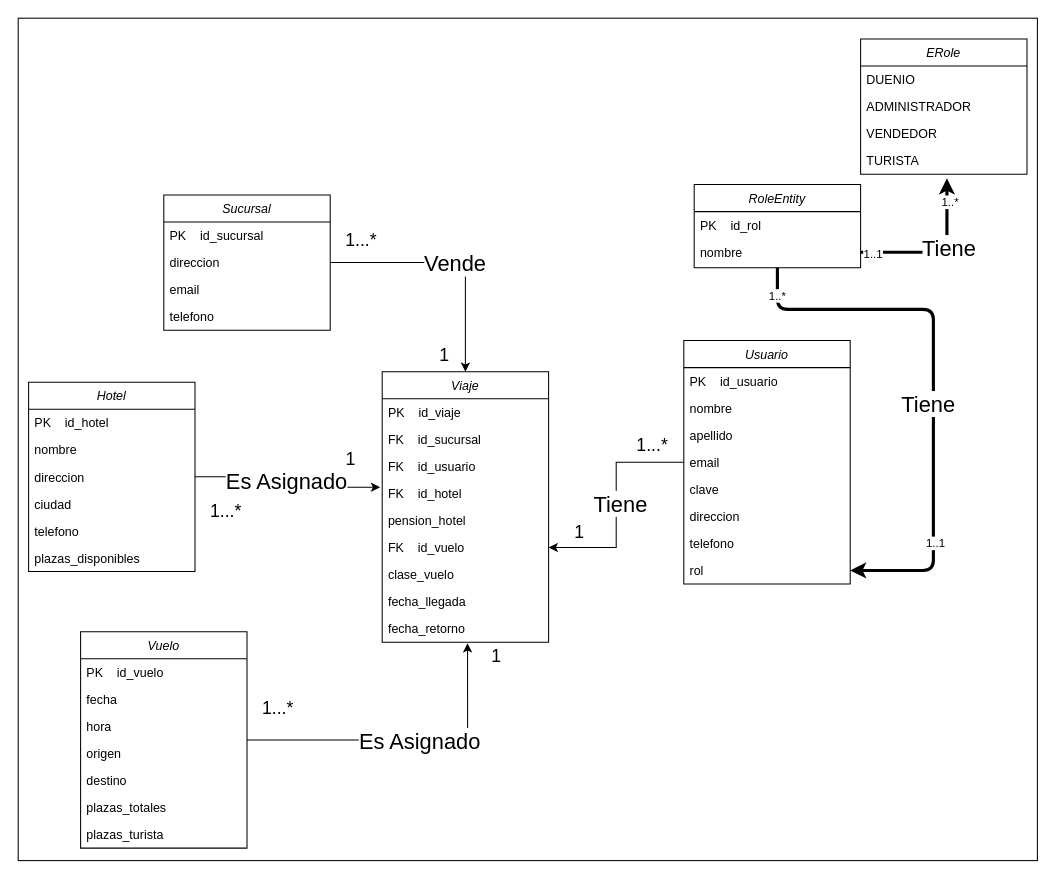
Above: Diagramas/ER.drawio in D-Malex/P2-Java (draw.io), before the change. Source tidied: cells renumbered, new cells numbered last; positions are measured from the earlier drawing's top-left corner, leaving out a move shared by most shapes. Both pictures are drawn from the tidied source at 104%, with x=0, y=0 at pixel (18, 18).
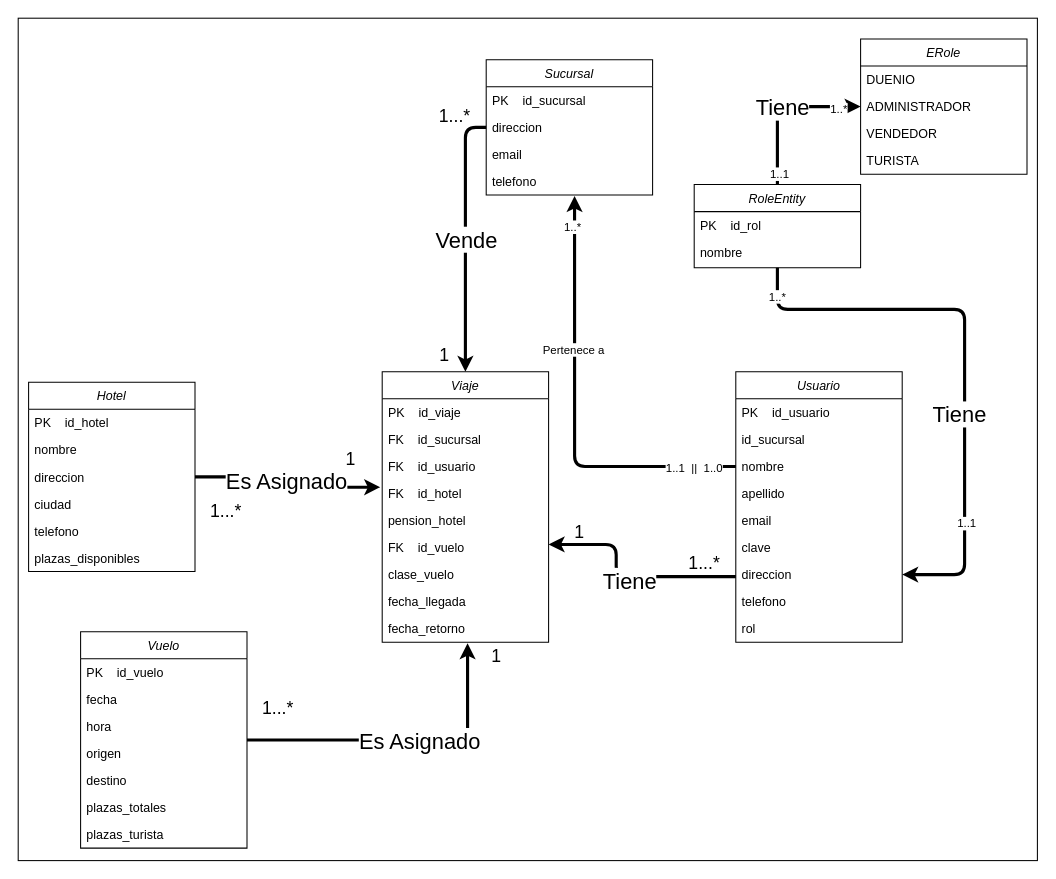
The same page after the edit.

Commit message (it also covers changes not shown here):
feat(API): Estructura del usuario habilita depender de una sucursal a los VENDEDORES

The change refers to these unchanged cells:
```xml
<mxCell id="25" value="direccion" style="text;align=left;verticalAlign=top;spacingLeft=4;spacingRight=4;overflow=hidden;points=[[0,0.5],[1,0.5]];portConstraint=eastwest;rounded=0;shadow=0;html=0;" parent="23" vertex="1">
  <mxGeometry y="52" width="160" height="26" as="geometry" />
</mxCell>
<mxCell id="27" value="telefono" style="text;align=left;verticalAlign=top;spacingLeft=4;spacingRight=4;overflow=hidden;points=[[0,0.5],[1,0.5]];portConstraint=eastwest;rounded=0;shadow=0;html=0;" parent="23" vertex="1">
  <mxGeometry y="104" width="160" height="26" as="geometry" />
</mxCell>
<mxCell id="30" value="Hotel" style="swimlane;fontStyle=2;align=center;verticalAlign=top;horizontal=1;startSize=26;rounded=0;shadow=0;strokeWidth=1;" parent="29" vertex="1">
  <mxGeometry width="160" height="182" as="geometry" />
</mxCell>
<mxCell id="42" value="Viaje" style="swimlane;fontStyle=2;align=center;verticalAlign=top;horizontal=1;startSize=26;rounded=0;shadow=0;strokeWidth=1;" parent="41" vertex="1">
  <mxGeometry width="160" height="260" as="geometry" />
</mxCell>
<mxCell id="46" value="FK    id_hotel" style="text;align=left;verticalAlign=top;spacingLeft=4;spacingRight=4;overflow=hidden;points=[[0,0.5],[1,0.5]];portConstraint=eastwest;rounded=0;shadow=0;html=0;" parent="42" vertex="1">
  <mxGeometry y="104" width="160" height="26" as="geometry" />
</mxCell>
<mxCell id="48" value="FK    id_vuelo" style="text;align=left;verticalAlign=top;spacingLeft=4;spacingRight=4;overflow=hidden;points=[[0,0.5],[1,0.5]];portConstraint=eastwest;rounded=0;shadow=0;html=0;" parent="42" vertex="1">
  <mxGeometry y="156" width="160" height="26" as="geometry" />
</mxCell>
<mxCell id="51" value="fecha_retorno" style="text;align=left;verticalAlign=top;spacingLeft=4;spacingRight=4;overflow=hidden;points=[[0,0.5],[1,0.5]];portConstraint=eastwest;rounded=0;shadow=0;html=0;" parent="42" vertex="1">
  <mxGeometry y="234" width="160" height="26" as="geometry" />
</mxCell>
<mxCell id="57" value="Vuelo" style="swimlane;fontStyle=2;align=center;verticalAlign=top;horizontal=1;startSize=26;rounded=0;shadow=0;strokeWidth=1;" parent="56" vertex="1">
  <mxGeometry width="160" height="208" as="geometry" />
</mxCell>
<mxCell id="68" value="ADMINISTRADOR" style="text;align=left;verticalAlign=top;spacingLeft=4;spacingRight=4;overflow=hidden;points=[[0,0.5],[1,0.5]];portConstraint=eastwest;rounded=0;shadow=0;html=0;" parent="66" vertex="1">
  <mxGeometry y="52" width="160" height="26" as="geometry" />
</mxCell>
<mxCell id="70" value="TURISTA" style="text;align=left;verticalAlign=top;spacingLeft=4;spacingRight=4;overflow=hidden;points=[[0,0.5],[1,0.5]];portConstraint=eastwest;rounded=0;shadow=0;html=0;" parent="66" vertex="1">
  <mxGeometry y="104" width="160" height="26" as="geometry" />
</mxCell>
<mxCell id="74" value="RoleEntity" style="swimlane;fontStyle=2;align=center;verticalAlign=top;horizontal=1;startSize=26;rounded=0;shadow=0;strokeWidth=1;" parent="1" vertex="1">
  <mxGeometry x="650" y="160" width="160" height="80" as="geometry" />
</mxCell>
<mxCell id="76" value="nombre" style="text;align=left;verticalAlign=top;spacingLeft=4;spacingRight=4;overflow=hidden;points=[[0,0.5],[1,0.5]];portConstraint=eastwest;rounded=0;shadow=0;html=0;" parent="74" vertex="1">
  <mxGeometry y="52" width="160" height="26" as="geometry" />
</mxCell>
```

What changed in the source:
```diff
@@
-    <mxCell id="3" style="edgeStyle=orthogonalEdgeStyle;rounded=0;jettySize=auto;html=1;entryX=0.513;entryY=1.038;entryDx=0;entryDy=0;entryPerimeter=0;" parent="1" edge="1" source="57" target="51">
+    <mxCell id="3" style="edgeStyle=orthogonalEdgeStyle;rounded=1;jettySize=auto;html=1;entryX=0.513;entryY=1.038;entryDx=0;entryDy=0;entryPerimeter=0;strokeWidth=3;curved=0;" parent="1" edge="1" source="57" target="51">
       <mxGeometry relative="1" as="geometry" />
     </mxCell>
@@
-    <mxCell id="5" style="edgeStyle=orthogonalEdgeStyle;rounded=0;jettySize=auto;html=1;" parent="1" edge="1" source="8" target="48">
-      <mxGeometry relative="1" as="geometry" />
+    <mxCell id="5" style="edgeStyle=orthogonalEdgeStyle;rounded=1;orthogonalLoop=1;jettySize=auto;html=1;strokeWidth=3;curved=0;" parent="1" edge="1">
+      <mxGeometry relative="1" as="geometry">
+        <mxPoint x="690" y="537" as="sourcePoint" />
+        <mxPoint x="510" y="506" as="targetPoint" />
+        <Array as="points">
+          <mxPoint x="575" y="537" />
+          <mxPoint x="575" y="506" />
+        </Array>
+      </mxGeometry>
     </mxCell>
@@
     <mxCell id="7" style="group;" parent="1" vertex="1">
-      <mxGeometry x="580" y="310" width="220" height="234" as="geometry" />
+      <mxGeometry x="630" y="340" width="220" height="234" as="geometry" />
     </mxCell>
     <mxCell id="8" value="Usuario" style="swimlane;fontStyle=2;align=center;verticalAlign=top;horizontal=1;startSize=26;rounded=0;shadow=0;strokeWidth=1;" parent="7" vertex="1">
-      <mxGeometry x="60" width="160" height="234" as="geometry" />
+      <mxGeometry x="60" width="160" height="260" as="geometry" />
     </mxCell>
@@
+    <mxCell id="82" value="id_sucursal" style="text;align=left;verticalAlign=top;spacingLeft=4;spacingRight=4;overflow=hidden;rounded=0;shadow=0;html=0;" parent="8" vertex="1">
+      <mxGeometry y="52" width="160" height="26" as="geometry" />
+    </mxCell>
     <mxCell id="10" value="nombre" style="text;align=left;verticalAlign=top;spacingLeft=4;spacingRight=4;overflow=hidden;points=[[0,0.5],[1,0.5]];portConstraint=eastwest;rounded=0;shadow=0;html=0;" parent="8" vertex="1">
-      <mxGeometry y="52" width="160" height="26" as="geometry" />
+      <mxGeometry y="78" width="160" height="26" as="geometry" />
     </mxCell>
     <mxCell id="11" value="apellido" style="text;align=left;verticalAlign=top;spacingLeft=4;spacingRight=4;overflow=hidden;rounded=0;shadow=0;html=0;" parent="8" vertex="1">
-      <mxGeometry y="78" width="160" height="26" as="geometry" />
+      <mxGeometry y="104" width="160" height="26" as="geometry" />
     </mxCell>
     <mxCell id="12" value="email" style="text;align=left;verticalAlign=top;spacingLeft=4;spacingRight=4;overflow=hidden;rounded=0;shadow=0;html=0;" parent="8" vertex="1">
-      <mxGeometry y="104" width="160" height="26" as="geometry" />
+      <mxGeometry y="130" width="160" height="26" as="geometry" />
     </mxCell>
     <mxCell id="13" value="clave" style="text;align=left;verticalAlign=top;spacingLeft=4;spacingRight=4;overflow=hidden;rounded=0;shadow=0;html=0;" parent="8" vertex="1">
-      <mxGeometry y="130" width="160" height="26" as="geometry" />
+      <mxGeometry y="156" width="160" height="26" as="geometry" />
     </mxCell>
     <mxCell id="14" value="direccion" style="text;align=left;verticalAlign=top;spacingLeft=4;spacingRight=4;overflow=hidden;points=[[0,0.5],[1,0.5]];portConstraint=eastwest;rounded=0;shadow=0;html=0;" parent="8" vertex="1">
-      <mxGeometry y="156" width="160" height="26" as="geometry" />
+      <mxGeometry y="182" width="160" height="26" as="geometry" />
     </mxCell>
     <mxCell id="15" value="telefono" style="text;align=left;verticalAlign=top;spacingLeft=4;spacingRight=4;overflow=hidden;rounded=0;shadow=0;html=0;" parent="8" vertex="1">
-      <mxGeometry y="182" width="160" height="26" as="geometry" />
+      <mxGeometry y="208" width="160" height="26" as="geometry" />
     </mxCell>
     <mxCell id="16" value="rol" style="text;align=left;verticalAlign=top;spacingLeft=4;spacingRight=4;overflow=hidden;points=[[0,0.5],[1,0.5]];portConstraint=eastwest;rounded=0;shadow=0;html=0;" parent="8" vertex="1">
-      <mxGeometry y="208" width="160" height="26" as="geometry" />
+      <mxGeometry y="234" width="160" height="26" as="geometry" />
     </mxCell>
     <mxCell id="17" value="&lt;font style=&quot;font-size: 17px;&quot;&gt;1...*&lt;/font&gt;" style="text;html=1;align=center;verticalAlign=middle;whiteSpace=wrap;rounded=0;" parent="7" vertex="1">
-      <mxGeometry y="87" width="60" height="30" as="geometry" />
+      <mxGeometry y="170" width="60" height="30" as="geometry" />
     </mxCell>
-    <mxCell id="18" style="edgeStyle=orthogonalEdgeStyle;rounded=0;jettySize=auto;html=1;entryX=0.5;entryY=0;entryDx=0;entryDy=0;" parent="1" edge="1" source="25" target="42">
+    <mxCell id="18" style="edgeStyle=orthogonalEdgeStyle;rounded=1;jettySize=auto;html=1;entryX=0.5;entryY=0;entryDx=0;entryDy=0;strokeWidth=3;curved=0;" parent="1" edge="1" source="25" target="42">
       <mxGeometry relative="1" as="geometry" />
     </mxCell>
     <mxCell id="19" value="&lt;font style=&quot;font-size: 21px;&quot;&gt;Vende&lt;/font&gt;" style="edgeLabel;html=1;align=center;verticalAlign=middle;" parent="18" vertex="1">
       <mxGeometry x="-0.24" y="-2" relative="1" as="geometry">
-        <mxPoint x="30" y="-2" as="offset" />
+        <mxPoint x="2" y="30" as="offset" />
       </mxGeometry>
     </mxCell>
-    <mxCell id="20" style="edgeStyle=orthogonalEdgeStyle;rounded=0;jettySize=auto;html=1;entryX=-0.012;entryY=0.269;entryDx=0;entryDy=0;entryPerimeter=0;" parent="1" edge="1" source="30" target="46">
+    <mxCell id="20" style="edgeStyle=orthogonalEdgeStyle;rounded=1;jettySize=auto;html=1;entryX=-0.012;entryY=0.269;entryDx=0;entryDy=0;entryPerimeter=0;strokeWidth=3;curved=0;" parent="1" edge="1" source="30" target="46">
       <mxGeometry relative="1" as="geometry" />
     </mxCell>
@@
     <mxCell id="22" style="group;" parent="1" vertex="1">
-      <mxGeometry x="140" y="170" width="220" height="130" as="geometry" />
+      <mxGeometry x="450" y="40" width="220" height="130" as="geometry" />
     </mxCell>
@@
-    <mxCell id="28" value="&lt;font style=&quot;font-size: 17px;&quot;&gt;1...*&lt;/font&gt;" style="text;html=1;align=center;verticalAlign=middle;whiteSpace=wrap;rounded=0;" parent="22" vertex="1">
-      <mxGeometry x="160" y="30" width="60" height="30" as="geometry" />
-    </mxCell>
@@
-    <mxCell id="71" style="edgeStyle=orthogonalEdgeStyle;rounded=1;jettySize=auto;html=1;exitX=0.5;exitY=1;exitDx=0;exitDy=0;entryX=1;entryY=0.5;entryDx=0;entryDy=0;strokeWidth=3;curved=0;" parent="1" edge="1" source="74" target="16">
+    <mxCell id="71" style="edgeStyle=orthogonalEdgeStyle;rounded=1;jettySize=auto;html=1;exitX=0.5;exitY=1;exitDx=0;exitDy=0;entryX=1;entryY=0.5;entryDx=0;entryDy=0;strokeWidth=3;curved=0;" parent="1" edge="1" source="74" target="14">
       <mxGeometry relative="1" as="geometry">
         <Array as="points">
           <mxPoint x="730" y="280" />
-          <mxPoint x="880" y="280" />
-          <mxPoint x="880" y="531" />
+          <mxPoint x="910" y="280" />
+          <mxPoint x="910" y="535" />
         </Array>
       </mxGeometry>
     </mxCell>
@@
-    <mxCell id="77" style="edgeStyle=orthogonalEdgeStyle;rounded=1;jettySize=auto;html=1;entryX=0.519;entryY=1.154;entryDx=0;entryDy=0;entryPerimeter=0;curved=0;strokeWidth=3;" parent="1" edge="1" source="76" target="70">
+    <mxCell id="77" style="edgeStyle=orthogonalEdgeStyle;rounded=1;jettySize=auto;html=1;entryX=0;entryY=0.5;entryDx=0;entryDy=0;curved=0;strokeWidth=3;exitX=0.5;exitY=0;exitDx=0;exitDy=0;" parent="1" edge="1" source="74" target="68">
       <mxGeometry relative="1" as="geometry">
         <Array as="points">
-          <mxPoint x="893" y="225" />
+          <mxPoint x="730" y="85" />
         </Array>
       </mxGeometry>
     </mxCell>
@@
     <mxCell id="80" value="&lt;font style=&quot;font-size: 21px;&quot;&gt;Tiene&lt;/font&gt;" style="edgeLabel;html=1;align=center;verticalAlign=middle;" parent="1" vertex="1">
-      <mxGeometry x="900" y="220" as="geometry">
+      <mxGeometry x="740" y="85" as="geometry">
         <mxPoint x="-6" as="offset" />
       </mxGeometry>
     </mxCell>
     <mxCell id="81" value="&lt;font style=&quot;font-size: 21px;&quot;&gt;Tiene&lt;/font&gt;" style="edgeLabel;html=1;align=center;verticalAlign=middle;" parent="1" vertex="1">
-      <mxGeometry x="880" y="370" as="geometry">
+      <mxGeometry x="910" y="380" as="geometry">
         <mxPoint x="-6" as="offset" />
       </mxGeometry>
     </mxCell>
+    <mxCell id="28" value="&lt;font style=&quot;font-size: 17px;&quot;&gt;1...*&lt;/font&gt;" style="text;html=1;align=center;verticalAlign=middle;whiteSpace=wrap;rounded=0;" parent="1" vertex="1">
+      <mxGeometry x="390" y="80" width="60" height="30" as="geometry" />
+    </mxCell>
+    <mxCell id="83" style="edgeStyle=orthogonalEdgeStyle;rounded=1;jettySize=auto;html=1;exitX=0;exitY=0.5;exitDx=0;exitDy=0;entryX=0.531;entryY=1.038;entryDx=0;entryDy=0;entryPerimeter=0;curved=0;strokeWidth=3;" parent="1" edge="1" source="10" target="27">
+      <mxGeometry relative="1" as="geometry" />
+    </mxCell>
+    <mxCell id="84" value="Pertenece a" style="edgeLabel;html=1;align=center;verticalAlign=middle;" parent="83" vertex="1">
+      <mxGeometry x="0.29" y="1" relative="1" as="geometry" />
+    </mxCell>
+    <mxCell id="85" value="1..*" style="edgeLabel;html=1;align=center;verticalAlign=middle;" parent="83" vertex="1">
+      <mxGeometry x="0.86" y="2" relative="1" as="geometry" />
+    </mxCell>
+    <mxCell id="86" value="1..1&amp;nbsp; ||&amp;nbsp; 1..0" style="edgeLabel;html=1;align=center;verticalAlign=middle;" parent="83" vertex="1">
+      <mxGeometry x="-0.93" y="1" relative="1" as="geometry">
+        <mxPoint x="-26" as="offset" />
+      </mxGeometry>
+    </mxCell>
```
